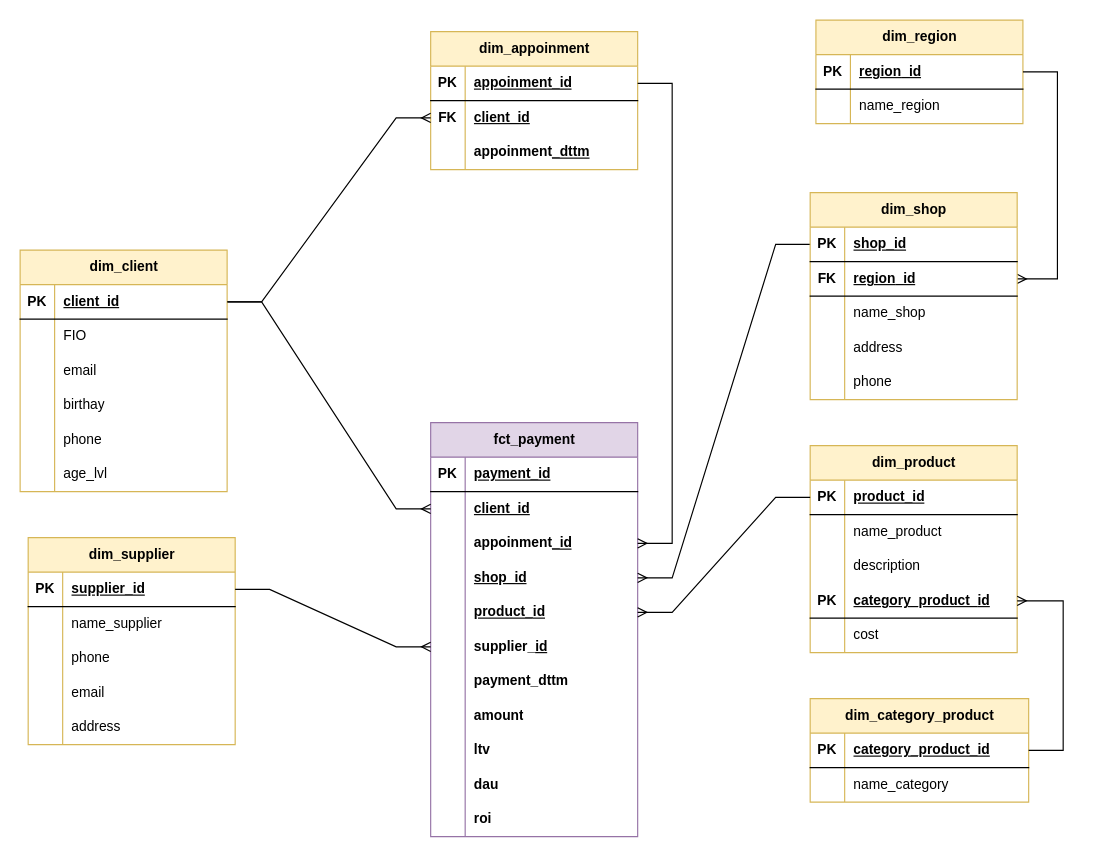
Before: page "Страница — 2" (2 of 4) of Диаграмма без названия.drawio in MarkovD1981/date_engineering, a draw.io diagram. Source tidied: cells renumbered, new cells numbered last; positions are measured from the earlier drawing's top-left corner, leaving out a move shared by most shapes. Both pictures are drawn from the tidied source at 115%, with x=0, y=0 at pixel (20, 20).
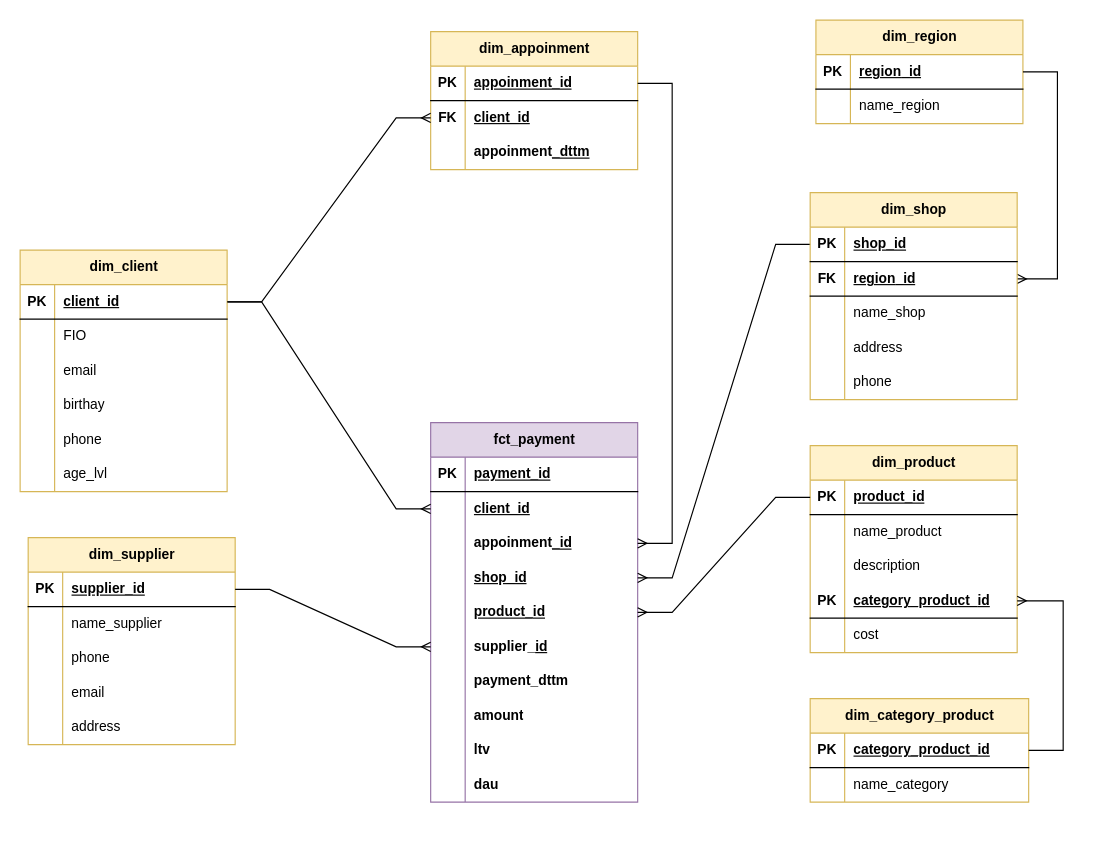
The same diagram, later.

Change to the diagram source:
```diff
@@
     <mxCell id="2" value="fct_payment" style="shape=table;startSize=30;childLayout=tableLayout;rowLines=0;fontStyle=1;align=center;html=1;fillColor=#e1d5e7;strokeColor=#9673a6;" parent="1" vertex="1">
-      <mxGeometry x="357" y="350" width="180" height="360" as="geometry" />
+      <mxGeometry x="357" y="350" width="180" height="330" as="geometry" />
     </mxCell>
@@
-    <mxCell id="33" style="shape=tableRow;horizontal=0;startSize=0;swimlaneHead=0;swimlaneBody=0;fillColor=none;top=0;left=0;right=0;bottom=0;" parent="2" vertex="1">
-      <mxGeometry y="330" width="180" height="30" as="geometry" />
-    </mxCell>
-    <mxCell id="34" style="shape=partialRectangle;fillColor=none;top=0;left=0;bottom=0;right=0;overflow=hidden;whiteSpace=wrap;html=1;" parent="33" vertex="1">
-      <mxGeometry width="30" height="30" as="geometry" />
-    </mxCell>
-    <mxCell id="35" value="&lt;div style=&quot;text-align: center;&quot;&gt;&lt;span style=&quot;background-color: initial; text-wrap-mode: nowrap;&quot;&gt;&lt;b&gt;roi&lt;/b&gt;&lt;/span&gt;&lt;/div&gt;" style="shape=partialRectangle;fillColor=none;top=0;left=0;bottom=0;right=0;align=left;spacingLeft=6;overflow=hidden;whiteSpace=wrap;html=1;" parent="33" vertex="1">
-      <mxGeometry x="30" width="150" height="30" as="geometry" />
-    </mxCell>
```
